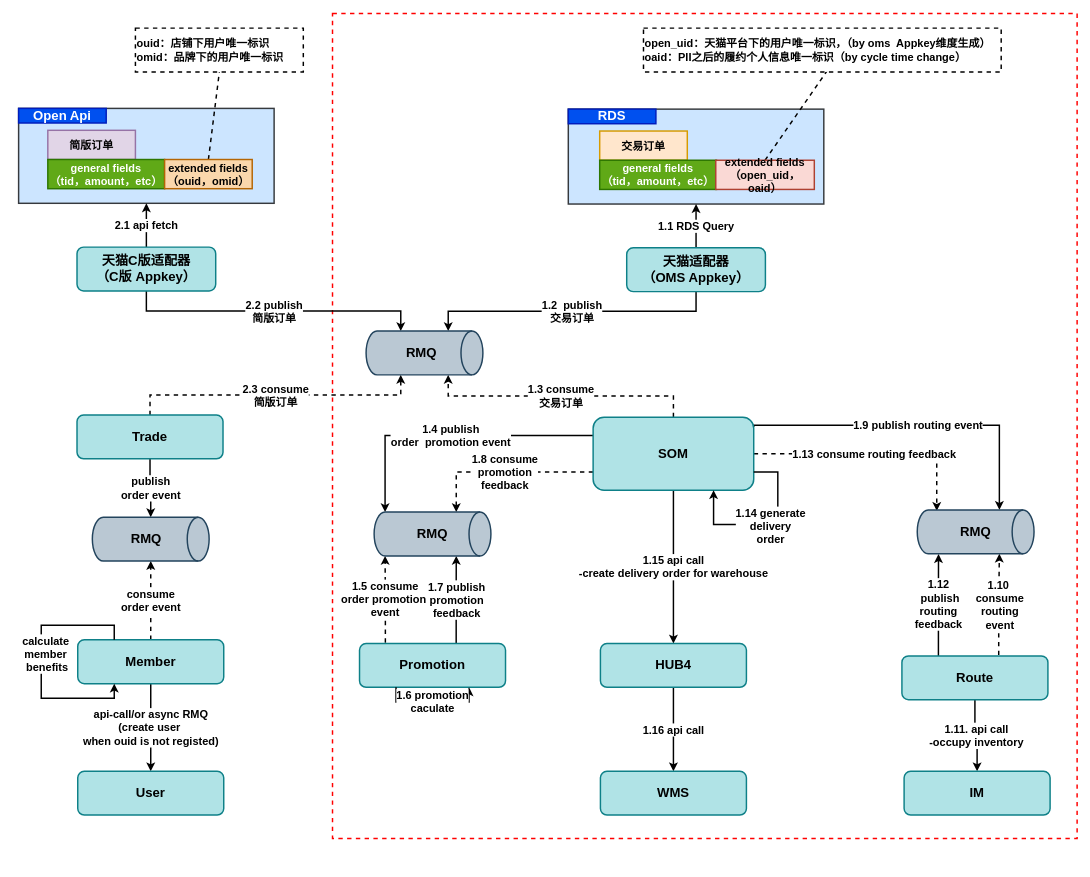
Before: projects.drawio in jackie-thank/beego-authz, a draw.io diagram. Source tidied: cells renumbered, new cells numbered last; positions are measured from the earlier drawing's top-left corner, leaving out a move shared by most shapes. Both pictures are drawn from the tidied source at 73%, with x=0, y=0 at pixel (18, 13).
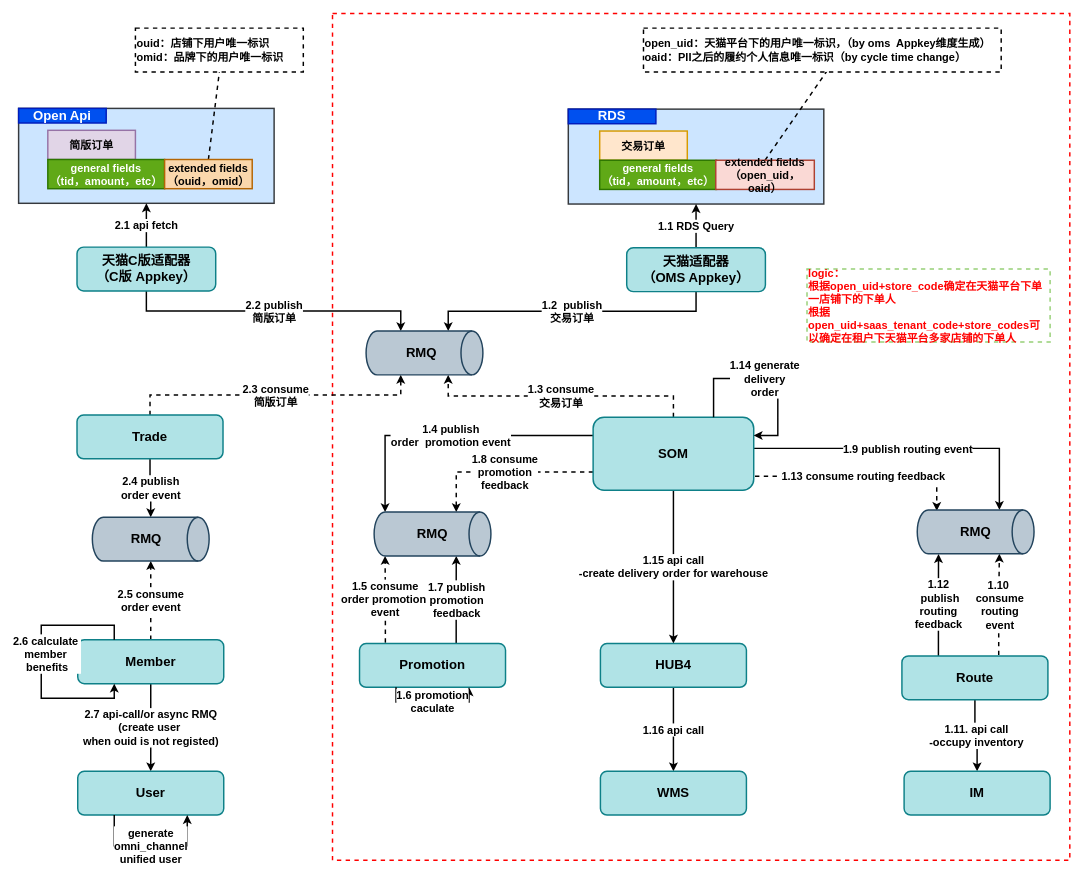
The same page after the edit.

Unchanged cells that the change refers to:
```xml
<mxCell id="23" value="Trade" style="rounded=1;whiteSpace=wrap;html=1;strokeWidth=2;fontSize=18;fontStyle=1;fillColor=#b0e3e6;strokeColor=#0e8088;" parent="1" vertex="1">
  <mxGeometry x="80" y="550" width="200" height="60" as="geometry" />
</mxCell>
<mxCell id="30" value="SOM" style="rounded=1;whiteSpace=wrap;html=1;strokeWidth=2;fontSize=18;fontStyle=1;fillColor=#b0e3e6;strokeColor=#0e8088;" parent="1" vertex="1">
  <mxGeometry x="787" y="553" width="220" height="100" as="geometry" />
</mxCell>
<mxCell id="35" value="Member" style="rounded=1;whiteSpace=wrap;html=1;strokeWidth=2;fontSize=18;fontStyle=1;fillColor=#b0e3e6;strokeColor=#0e8088;" parent="1" vertex="1">
  <mxGeometry x="81" y="858" width="200" height="60" as="geometry" />
</mxCell>
<mxCell id="36" style="shape=cylinder3;whiteSpace=wrap;html=1;boundedLbl=1;backgroundOutline=1;size=15;rotation=90;strokeWidth=2;fillColor=#bac8d3;strokeColor=#23445d;" parent="1" vertex="1">
  <mxGeometry x="151" y="640" width="60" height="160" as="geometry" />
</mxCell>
<mxCell id="38" style="edgeStyle=orthogonalEdgeStyle;rounded=0;orthogonalLoop=1;jettySize=auto;html=1;exitX=0.25;exitY=0;exitDx=0;exitDy=0;entryX=0.25;entryY=1;entryDx=0;entryDy=0;fontSize=15;fontStyle=1;strokeWidth=2;" parent="1" edge="1" source="35" target="35">
  <mxGeometry relative="1" as="geometry">
    <Array as="points">
      <mxPoint x="131" y="838" />
      <mxPoint x="31" y="838" />
      <mxPoint x="31" y="938" />
      <mxPoint x="131" y="938" />
    </Array>
  </mxGeometry>
</mxCell>
<mxCell id="40" value="User" style="rounded=1;whiteSpace=wrap;html=1;strokeWidth=2;fontSize=18;fontStyle=1;fillColor=#b0e3e6;strokeColor=#0e8088;" parent="1" vertex="1">
  <mxGeometry x="81" y="1038" width="200" height="60" as="geometry" />
</mxCell>
<mxCell id="53" style="shape=cylinder3;whiteSpace=wrap;html=1;boundedLbl=1;backgroundOutline=1;size=15;rotation=90;strokeWidth=2;fillColor=#bac8d3;strokeColor=#23445d;" parent="1" vertex="1">
  <mxGeometry x="1281" y="630" width="60" height="160" as="geometry" />
</mxCell>
```

Change to the diagram source:
```diff
@@
     <mxCell id="2" style="rounded=0;whiteSpace=wrap;html=1;strokeWidth=2;dashed=1;strokeColor=#FF0000;" parent="1" vertex="1">
-      <mxGeometry x="430" width="1020" height="1130" as="geometry" />
+      <mxGeometry x="430" width="1010" height="1160" as="geometry" />
     </mxCell>
@@
-    <mxCell id="22" value="&lt;div&gt;publish&lt;/div&gt;&lt;div&gt;order event&lt;br&gt;&lt;/div&gt;" style="edgeStyle=orthogonalEdgeStyle;rounded=0;jettySize=auto;html=1;exitX=0.5;exitY=1;exitDx=0;exitDy=0;entryX=0;entryY=0.5;entryDx=0;entryDy=0;entryPerimeter=0;fontSize=15;fontStyle=1;strokeWidth=2;" parent="1" edge="1" source="23" target="36">
+    <mxCell id="22" value="&lt;div&gt;2.4 publish&lt;/div&gt;&lt;div&gt;order event&lt;br&gt;&lt;/div&gt;" style="edgeStyle=orthogonalEdgeStyle;rounded=0;jettySize=auto;html=1;exitX=0.5;exitY=1;exitDx=0;exitDy=0;entryX=0;entryY=0.5;entryDx=0;entryDy=0;entryPerimeter=0;fontSize=15;fontStyle=1;strokeWidth=2;" parent="1" edge="1" source="23" target="36">
       <mxGeometry relative="1" as="geometry" />
     </mxCell>
@@
-    <mxCell id="26" value="&lt;div&gt;1.9 publish routing event&lt;br&gt;&lt;/div&gt;" style="edgeStyle=orthogonalEdgeStyle;rounded=0;jettySize=auto;html=1;exitX=0.994;exitY=0.126;exitDx=0;exitDy=0;entryX=0;entryY=0;entryDx=0;entryDy=47.5;entryPerimeter=0;fontSize=15;strokeWidth=2;fontStyle=1;exitPerimeter=0;" parent="1" edge="1" source="30" target="53">
-      <mxGeometry relative="1" as="geometry">
-        <Array as="points">
-          <mxPoint x="1007" y="566" />
-          <mxPoint x="1007" y="564" />
-          <mxPoint x="1344" y="564" />
-          <mxPoint x="1344" y="680" />
-        </Array>
-      </mxGeometry>
+    <mxCell id="26" value="&lt;div&gt;1.9 publish routing event&lt;br&gt;&lt;/div&gt;" style="rounded=0;jettySize=auto;html=1;exitX=0.998;exitY=0.427;exitDx=0;exitDy=0;entryX=0;entryY=0;entryDx=0;entryDy=47.5;entryPerimeter=0;fontSize=15;strokeWidth=2;fontStyle=1;exitPerimeter=0;edgeStyle=orthogonalEdgeStyle;" parent="1" edge="1" source="30" target="53">
+      <mxGeometry relative="1" as="geometry" />
     </mxCell>
@@
-    <mxCell id="29" value="&lt;div style=&quot;font-size: 15px;&quot;&gt;1.13 consume routing feedback&lt;br style=&quot;font-size: 15px;&quot;&gt;&lt;/div&gt;" style="rounded=0;jettySize=auto;html=1;exitX=1;exitY=0.5;exitDx=0;exitDy=0;entryX=0.022;entryY=0.833;entryDx=0;entryDy=0;entryPerimeter=0;dashed=1;strokeWidth=2;fontSize=15;fontStyle=1;edgeStyle=orthogonalEdgeStyle;" parent="1" edge="1" source="30" target="53">
+    <mxCell id="29" value="&lt;div style=&quot;font-size: 15px;&quot;&gt;1.13 consume routing feedback&lt;br style=&quot;font-size: 15px;&quot;&gt;&lt;/div&gt;" style="rounded=0;jettySize=auto;html=1;entryX=0.022;entryY=0.833;entryDx=0;entryDy=0;entryPerimeter=0;dashed=1;strokeWidth=2;fontSize=15;fontStyle=1;edgeStyle=orthogonalEdgeStyle;exitX=1.008;exitY=0.81;exitDx=0;exitDy=0;exitPerimeter=0;" parent="1" edge="1" source="30" target="53">
       <mxGeometry relative="1" as="geometry" />
     </mxCell>
@@
-    <mxCell id="33" value="&lt;div&gt;consume&lt;/div&gt;&lt;div&gt;order event&lt;br&gt;&lt;/div&gt;" style="edgeStyle=orthogonalEdgeStyle;rounded=0;jettySize=auto;html=1;exitX=0.5;exitY=0;exitDx=0;exitDy=0;entryX=1;entryY=0.5;entryDx=0;entryDy=0;entryPerimeter=0;dashed=1;strokeWidth=2;fontSize=15;fontStyle=1;" parent="1" edge="1" source="35" target="36">
+    <mxCell id="33" value="&lt;div&gt;2.5 consume&lt;/div&gt;&lt;div&gt;order event&lt;br&gt;&lt;/div&gt;" style="edgeStyle=orthogonalEdgeStyle;rounded=0;jettySize=auto;html=1;exitX=0.5;exitY=0;exitDx=0;exitDy=0;entryX=1;entryY=0.5;entryDx=0;entryDy=0;entryPerimeter=0;dashed=1;strokeWidth=2;fontSize=15;fontStyle=1;" parent="1" edge="1" source="35" target="36">
       <mxGeometry relative="1" as="geometry" />
     </mxCell>
-    <mxCell id="34" value="&lt;div style=&quot;font-size: 15px;&quot;&gt;api-call/or async RMQ&lt;br&gt;&lt;/div&gt;&lt;div style=&quot;font-size: 15px;&quot;&gt;(create user&amp;nbsp;&lt;/div&gt;&lt;div style=&quot;font-size: 15px;&quot;&gt;when ouid is not registed)&lt;/div&gt;" style="edgeStyle=orthogonalEdgeStyle;rounded=0;jettySize=auto;html=1;exitX=0.5;exitY=1;exitDx=0;exitDy=0;strokeWidth=2;fontSize=15;fontStyle=1;" parent="1" edge="1" source="35" target="40">
+    <mxCell id="34" value="&lt;div style=&quot;font-size: 15px;&quot;&gt;2.7 api-call/or async RMQ&lt;br&gt;&lt;/div&gt;&lt;div style=&quot;font-size: 15px;&quot;&gt;(create user&amp;nbsp;&lt;/div&gt;&lt;div style=&quot;font-size: 15px;&quot;&gt;when ouid is not registed)&lt;/div&gt;" style="edgeStyle=orthogonalEdgeStyle;rounded=0;jettySize=auto;html=1;exitX=0.5;exitY=1;exitDx=0;exitDy=0;strokeWidth=2;fontSize=15;fontStyle=1;" parent="1" edge="1" source="35" target="40">
       <mxGeometry relative="1" as="geometry" />
     </mxCell>
@@
-    <mxCell id="39" value="&lt;div&gt;calculate&amp;nbsp;&lt;/div&gt;&lt;div&gt;member&amp;nbsp;&lt;/div&gt;&lt;div&gt;benefits&lt;/div&gt;" style="edgeLabel;html=1;align=center;verticalAlign=middle;fontSize=15;fontStyle=1;" parent="38" vertex="1">
+    <mxCell id="39" value="&lt;div&gt;2.6 calculate&amp;nbsp;&lt;/div&gt;&lt;div&gt;member&amp;nbsp;&lt;/div&gt;&lt;div&gt;benefits&lt;/div&gt;" style="edgeLabel;html=1;align=center;verticalAlign=middle;fontSize=15;fontStyle=1;" parent="38" vertex="1">
       <mxGeometry x="-0.14" y="2" relative="1" as="geometry">
         <mxPoint x="5" y="12" as="offset" />
       </mxGeometry>
     </mxCell>
@@
-    <mxCell id="58" style="edgeStyle=orthogonalEdgeStyle;rounded=0;orthogonalLoop=1;jettySize=auto;html=1;exitX=1;exitY=0.75;exitDx=0;exitDy=0;entryX=0.75;entryY=1;entryDx=0;entryDy=0;strokeWidth=2;" parent="1" edge="1" source="30" target="30">
+    <mxCell id="58" style="edgeStyle=orthogonalEdgeStyle;rounded=0;orthogonalLoop=1;jettySize=auto;html=1;exitX=0.75;exitY=0;exitDx=0;exitDy=0;entryX=1;entryY=0.25;entryDx=0;entryDy=0;strokeWidth=2;" parent="1" edge="1" source="30" target="30">
       <mxGeometry relative="1" as="geometry">
         <Array as="points">
-          <mxPoint x="1040" y="628" />
-          <mxPoint x="1040" y="700" />
-          <mxPoint x="952" y="700" />
+          <mxPoint x="952" y="500" />
+          <mxPoint x="1040" y="500" />
+          <mxPoint x="1040" y="578" />
         </Array>
       </mxGeometry>
     </mxCell>
@@
+    <mxCell id="61" value="&lt;div style=&quot;font-size: 15px;&quot;&gt;logic：&lt;/div&gt;&lt;div style=&quot;font-size: 15px;&quot;&gt;根据open_uid+store_code确定在天猫平台下单一店铺下的下单人&lt;/div&gt;&lt;div style=&quot;font-size: 15px;&quot;&gt;根据open_uid+saas_tenant_code+store_codes可以确定在租户下天猫平台多家店铺的下单人&lt;br style=&quot;font-size: 15px;&quot;&gt;&lt;/div&gt;" style="rounded=0;whiteSpace=wrap;html=1;dashed=1;strokeWidth=2;strokeColor=#97D077;align=left;fontSize=15;fontStyle=1;fontColor=#FF0000;" parent="1" vertex="1">
+      <mxGeometry x="1080" y="350" width="333" height="100" as="geometry" />
+    </mxCell>
+    <mxCell id="62" value="&lt;div&gt;generate&lt;/div&gt;&lt;div&gt;omni_channel&lt;/div&gt;&lt;div&gt;unified user &lt;br&gt;&lt;/div&gt;" style="edgeStyle=orthogonalEdgeStyle;rounded=0;orthogonalLoop=1;jettySize=auto;html=1;exitX=0.25;exitY=1;exitDx=0;exitDy=0;entryX=0.75;entryY=1;entryDx=0;entryDy=0;fontSize=15;fontStyle=1;strokeWidth=2;" parent="1" edge="1" source="40" target="40">
+      <mxGeometry relative="1" as="geometry">
+        <Array as="points">
+          <mxPoint x="131" y="1140" />
+          <mxPoint x="231" y="1140" />
+        </Array>
+      </mxGeometry>
+    </mxCell>
```
